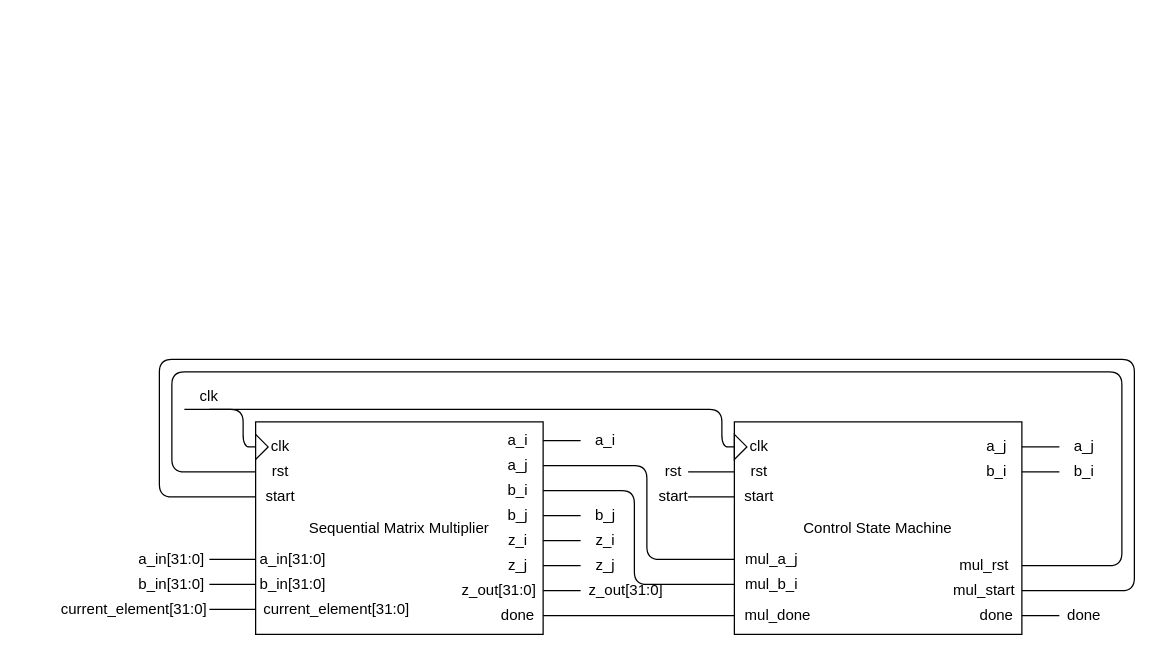
This is report/Images/RowColBD.drawio from kimianoorbakhsh/Verilog-Matrix-Multiplier, a draw.io file, before an edit. Source tidied: cells renumbered, new cells numbered last; positions are measured from the earlier drawing's top-left corner, leaving out a move shared by most shapes. Both pictures are drawn from the tidied source at 125%, with x=0, y=0 at pixel (59, 359).
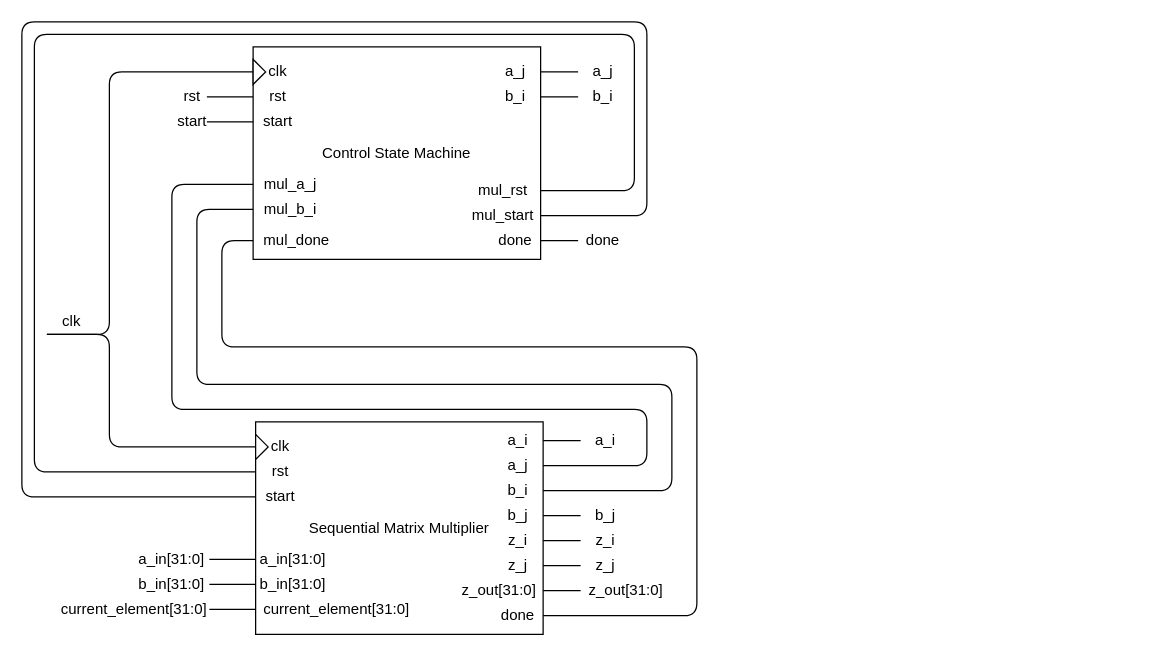
After the change.

Unchanged cells that the change refers to:
```xml
<mxCell id="5" value="a_j" style="text;html=1;strokeColor=none;fillColor=none;align=center;verticalAlign=middle;whiteSpace=wrap;rounded=0;" parent="2" vertex="1">
  <mxGeometry x="190" y="25" width="40" height="20" as="geometry" />
</mxCell>
<mxCell id="6" value="b_i" style="text;html=1;strokeColor=none;fillColor=none;align=center;verticalAlign=middle;whiteSpace=wrap;rounded=0;" parent="2" vertex="1">
  <mxGeometry x="190" y="45" width="40" height="20" as="geometry" />
</mxCell>
<mxCell id="11" value="done" style="text;html=1;strokeColor=none;fillColor=none;align=center;verticalAlign=middle;whiteSpace=wrap;rounded=0;" parent="2" vertex="1">
  <mxGeometry x="190" y="145" width="40" height="20" as="geometry" />
</mxCell>
<mxCell id="13" value="clk" style="text;html=1;strokeColor=none;fillColor=none;align=center;verticalAlign=middle;whiteSpace=wrap;rounded=0;" parent="2" vertex="1">
  <mxGeometry y="10" width="40" height="20" as="geometry" />
</mxCell>
<mxCell id="14" value="rst" style="text;html=1;strokeColor=none;fillColor=none;align=center;verticalAlign=middle;whiteSpace=wrap;rounded=0;" parent="2" vertex="1">
  <mxGeometry y="30" width="40" height="20" as="geometry" />
</mxCell>
<mxCell id="15" value="start" style="text;html=1;strokeColor=none;fillColor=none;align=center;verticalAlign=middle;whiteSpace=wrap;rounded=0;" parent="2" vertex="1">
  <mxGeometry y="50" width="40" height="20" as="geometry" />
</mxCell>
<mxCell id="23" value="mul_rst" style="text;html=1;strokeColor=none;fillColor=none;align=center;verticalAlign=middle;whiteSpace=wrap;rounded=0;" parent="19" vertex="1">
  <mxGeometry x="170" y="105" width="60" height="20" as="geometry" />
</mxCell>
<mxCell id="24" value="mul_start" style="text;html=1;strokeColor=none;fillColor=none;align=center;verticalAlign=middle;whiteSpace=wrap;rounded=0;" parent="19" vertex="1">
  <mxGeometry x="170" y="125" width="60" height="20" as="geometry" />
</mxCell>
<mxCell id="27" value="clk" style="text;html=1;strokeColor=none;fillColor=none;align=center;verticalAlign=middle;whiteSpace=wrap;rounded=0;" parent="19" vertex="1">
  <mxGeometry y="10" width="40" height="20" as="geometry" />
</mxCell>
<mxCell id="29" value="start" style="text;html=1;strokeColor=none;fillColor=none;align=center;verticalAlign=middle;whiteSpace=wrap;rounded=0;" parent="19" vertex="1">
  <mxGeometry y="50" width="40" height="20" as="geometry" />
</mxCell>
<mxCell id="30" value="mul_a_j" style="text;html=1;strokeColor=none;fillColor=none;align=center;verticalAlign=middle;whiteSpace=wrap;rounded=0;" parent="19" vertex="1">
  <mxGeometry y="100" width="60" height="20" as="geometry" />
</mxCell>
<mxCell id="31" value="mul_b_i" style="text;html=1;strokeColor=none;fillColor=none;align=center;verticalAlign=middle;whiteSpace=wrap;rounded=0;" parent="19" vertex="1">
  <mxGeometry y="120" width="60" height="20" as="geometry" />
</mxCell>
<mxCell id="32" value="mul_done" style="text;html=1;strokeColor=none;fillColor=none;align=center;verticalAlign=middle;whiteSpace=wrap;rounded=0;" parent="19" vertex="1">
  <mxGeometry y="145" width="70" height="20" as="geometry" />
</mxCell>
```

Diff of the diagram source:
```diff
@@
     <mxCell id="19" style="group;" parent="1" vertex="1">
-      <mxGeometry x="540" y="50" width="230" height="170" as="geometry" />
+      <mxGeometry x="155" y="-250" width="230" height="170" as="geometry" />
     </mxCell>
@@
     <mxCell id="33" style="endArrow=none;html=1;entryX=0;entryY=0.5;entryDx=0;entryDy=0;exitX=1;exitY=0.5;exitDx=0;exitDy=0;" parent="1" edge="1" source="6" target="31">
       <mxGeometry relative="1" as="geometry">
         <Array as="points">
-          <mxPoint x="460" y="105" />
-          <mxPoint x="460" y="180" />
+          <mxPoint x="490" y="105" />
+          <mxPoint x="490" y="20" />
+          <mxPoint x="110" y="20" />
+          <mxPoint x="110" y="-120" />
         </Array>
       </mxGeometry>
     </mxCell>
     <mxCell id="34" style="endArrow=none;html=1;entryX=0;entryY=0.5;entryDx=0;entryDy=0;exitX=1;exitY=0.5;exitDx=0;exitDy=0;" parent="1" edge="1" source="5" target="30">
       <mxGeometry relative="1" as="geometry">
         <Array as="points">
           <mxPoint x="470" y="85" />
-          <mxPoint x="470" y="160" />
+          <mxPoint x="470" y="40" />
+          <mxPoint x="90" y="40" />
+          <mxPoint x="90" y="-140" />
         </Array>
       </mxGeometry>
     </mxCell>
@@
     <mxCell id="45" style="endArrow=none;html=1;exitX=1;exitY=0.5;exitDx=0;exitDy=0;entryX=0;entryY=0.5;entryDx=0;entryDy=0;" parent="1" edge="1" source="11" target="32">
       <mxGeometry relative="1" as="geometry">
         <Array as="points">
-          <mxPoint x="460" y="205" />
+          <mxPoint x="510" y="205" />
+          <mxPoint x="510" y="-10" />
+          <mxPoint x="130" y="-10" />
+          <mxPoint x="130" y="-95" />
         </Array>
       </mxGeometry>
     </mxCell>
@@
     <mxCell id="47" value="done" style="text;html=1;strokeColor=none;fillColor=none;align=center;verticalAlign=middle;whiteSpace=wrap;rounded=0;" parent="1" vertex="1">
-      <mxGeometry x="800" y="195" width="40" height="20" as="geometry" />
+      <mxGeometry x="415" y="-105" width="40" height="20" as="geometry" />
     </mxCell>
     <mxCell id="48" style="endArrow=none;html=1;entryX=1;entryY=0.5;entryDx=0;entryDy=0;exitX=0;exitY=0.5;exitDx=0;exitDy=0;" parent="1" edge="1" source="15" target="24">
       <mxGeometry relative="1" as="geometry">
         <Array as="points">
-          <mxPoint x="80" y="110" />
-          <mxPoint x="80" />
-          <mxPoint x="860" />
-          <mxPoint x="860" y="185" />
+          <mxPoint x="-30" y="110" />
+          <mxPoint x="-30" y="-270" />
+          <mxPoint x="470" y="-270" />
+          <mxPoint x="470" y="-115" />
         </Array>
       </mxGeometry>
     </mxCell>
     <mxCell id="49" style="endArrow=none;html=1;entryX=1;entryY=0.5;entryDx=0;entryDy=0;exitX=0;exitY=0.5;exitDx=0;exitDy=0;" parent="1" edge="1" source="14" target="23">
       <mxGeometry relative="1" as="geometry">
         <Array as="points">
-          <mxPoint x="90" y="90" />
-          <mxPoint x="90" y="10" />
-          <mxPoint x="850" y="10" />
-          <mxPoint x="850" y="165" />
+          <mxPoint x="-20" y="90" />
+          <mxPoint x="-20" y="-260" />
+          <mxPoint x="460" y="-260" />
+          <mxPoint x="460" y="-135" />
         </Array>
       </mxGeometry>
     </mxCell>
@@
     <mxCell id="51" value="a_j" style="text;html=1;strokeColor=none;fillColor=none;align=center;verticalAlign=middle;whiteSpace=wrap;rounded=0;" parent="1" vertex="1">
-      <mxGeometry x="800" y="60" width="40" height="20" as="geometry" />
+      <mxGeometry x="415" y="-240" width="40" height="20" as="geometry" />
     </mxCell>
@@
     <mxCell id="53" value="b_i" style="text;html=1;strokeColor=none;fillColor=none;align=center;verticalAlign=middle;whiteSpace=wrap;rounded=0;" parent="1" vertex="1">
-      <mxGeometry x="800" y="80" width="40" height="20" as="geometry" />
+      <mxGeometry x="415" y="-220" width="40" height="20" as="geometry" />
     </mxCell>
-    <mxCell id="54" style="endArrow=none;html=1;entryX=0;entryY=0.5;entryDx=0;entryDy=0;" parent="1" edge="1" target="27">
+    <mxCell id="54" style="endArrow=none;html=1;entryX=0;entryY=0.5;entryDx=0;entryDy=0;exitX=0;exitY=1;exitDx=0;exitDy=0;" parent="1" edge="1" source="55" target="27">
       <mxGeometry relative="1" as="geometry">
-        <mxPoint x="100" y="40" as="sourcePoint" />
         <Array as="points">
-          <mxPoint x="530" y="40" />
-          <mxPoint x="530" y="70" />
+          <mxPoint x="40" y="-20" />
+          <mxPoint x="40" y="-230" />
         </Array>
       </mxGeometry>
     </mxCell>
     <mxCell id="55" value="clk" style="text;html=1;strokeColor=none;fillColor=none;align=center;verticalAlign=middle;whiteSpace=wrap;rounded=0;" parent="1" vertex="1">
-      <mxGeometry x="100" y="20" width="40" height="20" as="geometry" />
+      <mxGeometry x="-10" y="-40" width="40" height="20" as="geometry" />
     </mxCell>
-    <mxCell id="56" style="endArrow=none;html=1;entryX=0;entryY=0.5;entryDx=0;entryDy=0;" parent="1" edge="1" target="13">
+    <mxCell id="56" style="endArrow=none;html=1;entryX=0;entryY=0.5;entryDx=0;entryDy=0;exitX=0;exitY=1;exitDx=0;exitDy=0;" parent="1" edge="1" source="55" target="13">
       <mxGeometry relative="1" as="geometry">
-        <mxPoint x="120" y="40" as="sourcePoint" />
         <Array as="points">
-          <mxPoint x="147" y="40" />
+          <mxPoint x="40" y="-20" />
+          <mxPoint x="40" y="70" />
           <mxPoint x="147" y="70" />
         </Array>
       </mxGeometry>
     </mxCell>
@@
     <mxCell id="63" value="rst" style="text;html=1;strokeColor=none;fillColor=none;align=center;verticalAlign=middle;whiteSpace=wrap;rounded=0;" parent="1" vertex="1">
-      <mxGeometry x="480" y="80" width="23" height="20" as="geometry" />
+      <mxGeometry x="95" y="-220" width="23" height="20" as="geometry" />
     </mxCell>
@@
-    <mxCell id="65" style="endArrow=none;html=1;exitX=1;exitY=0.5;exitDx=0;exitDy=0;" parent="1" edge="1" source="66">
-      <mxGeometry relative="1" as="geometry">
-        <mxPoint x="540" y="110" as="targetPoint" />
-      </mxGeometry>
+    <mxCell id="65" style="endArrow=none;html=1;exitX=1;exitY=0.5;exitDx=0;exitDy=0;" parent="1" edge="1" source="66" target="29">
+      <mxGeometry relative="1" as="geometry" />
     </mxCell>
     <mxCell id="66" value="start" style="text;html=1;strokeColor=none;fillColor=none;align=center;verticalAlign=middle;whiteSpace=wrap;rounded=0;" parent="1" vertex="1">
-      <mxGeometry x="480" y="100" width="23" height="20" as="geometry" />
+      <mxGeometry x="95" y="-200" width="23" height="20" as="geometry" />
     </mxCell>
```
